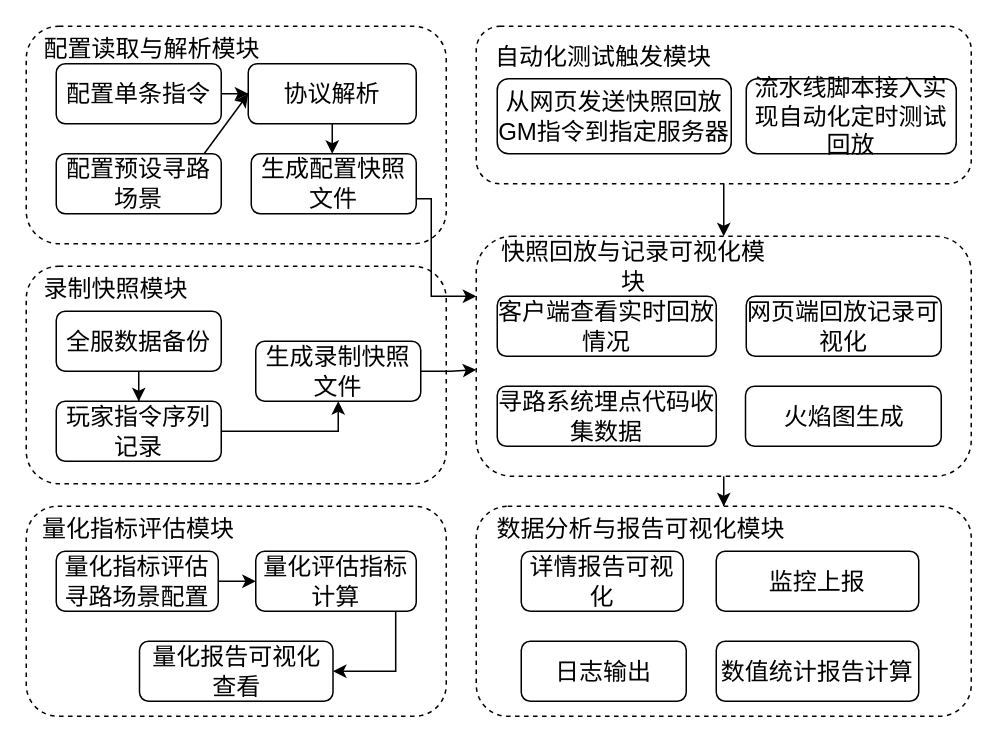
Carol9s/Drawing keeps this draw.io diagram as 系统模块图.drawio. Above is the earlier version. Source tidied: cells renumbered, new cells numbered last; positions are measured from the earlier drawing's top-left corner, leaving out a move shared by most shapes. Both pictures are drawn from the tidied source at 150%, with x=0, y=0 at pixel (26, 26).
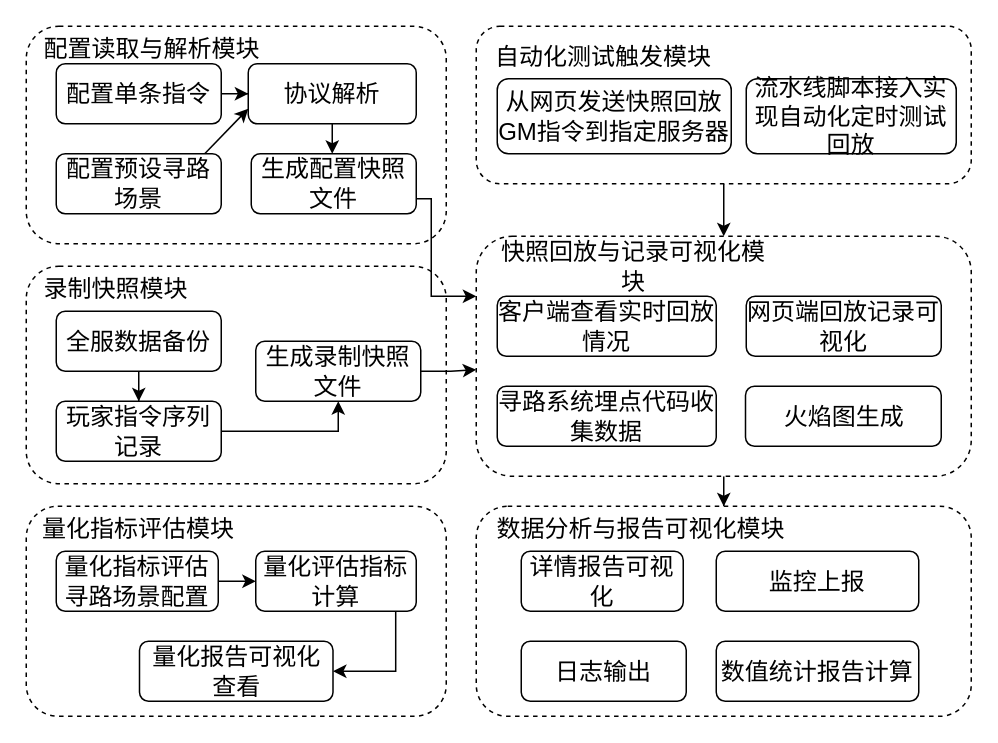
The same diagram, later.

Commit message:
更新系统模块图.drawio

Unchanged cells that the change refers to:
```xml
<mxCell id="9" value="配置预设寻路场景" style="rounded=1;whiteSpace=wrap;html=1;fontSize=16;" parent="1" vertex="1">
  <mxGeometry x="20" y="85" width="110" height="40" as="geometry" />
</mxCell>
<mxCell id="11" value="协议解析" style="rounded=1;whiteSpace=wrap;html=1;fontSize=16;" parent="1" vertex="1">
  <mxGeometry x="148" y="25" width="112" height="40" as="geometry" />
</mxCell>
```

What changed in the source:
```diff
@@
-    <mxCell id="8" style="rounded=0;jettySize=auto;html=1;entryX=0;entryY=0.5;entryDx=0;entryDy=0;exitX=0.885;exitY=0.042;exitDx=0;exitDy=0;exitPerimeter=0;fontSize=16;" parent="1" edge="1" source="9" target="11">
+    <mxCell id="8" style="rounded=0;jettySize=auto;html=1;entryX=0;entryY=0.75;entryDx=0;entryDy=0;exitX=0.885;exitY=0.042;exitDx=0;exitDy=0;exitPerimeter=0;fontSize=16;" parent="1" edge="1" source="9" target="11">
       <mxGeometry relative="1" as="geometry" />
     </mxCell>
```
